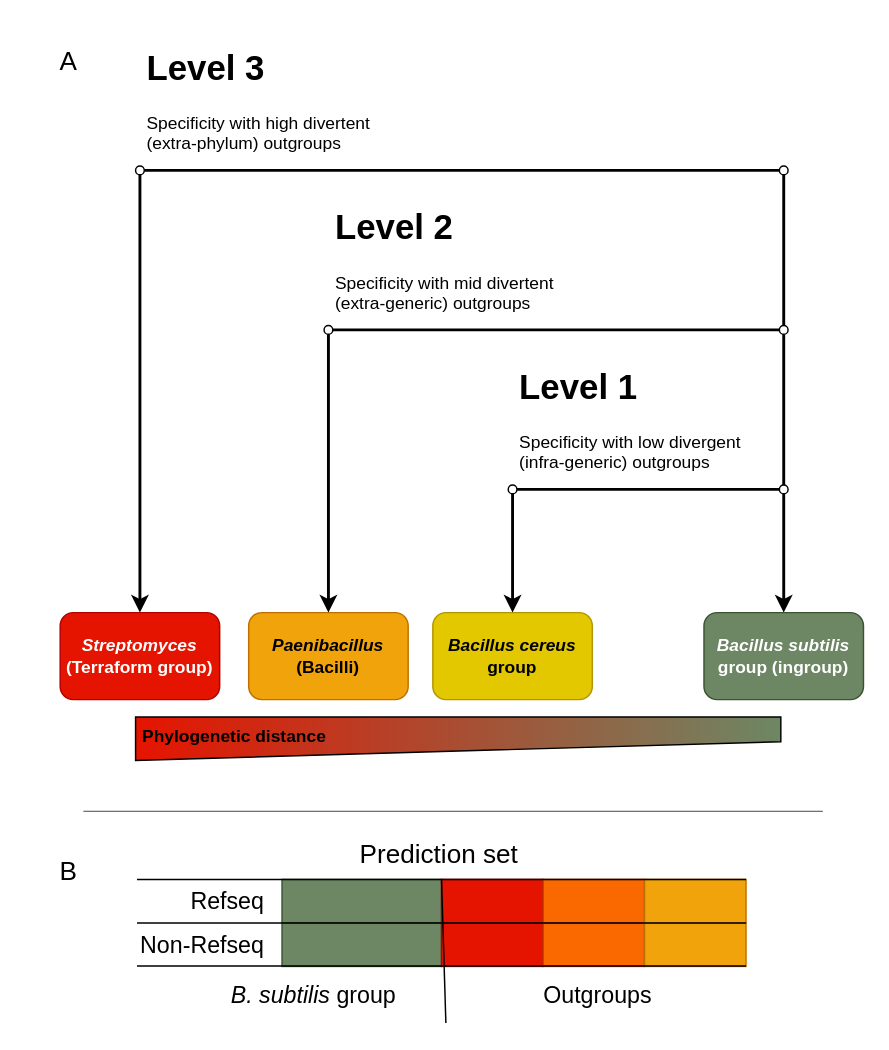
Earlier version of the draw.io diagram page "validation-assays" (2 of 2) of docs/drawio/classeq.drawio (LepistaBioinformatics/classeq). Source tidied: cells renumbered, new cells numbered last; positions are measured from the earlier drawing's top-left corner, leaving out a move shared by most shapes. Both pictures are drawn from the tidied source at 145%, with x=0, y=0 at pixel (25, 39).
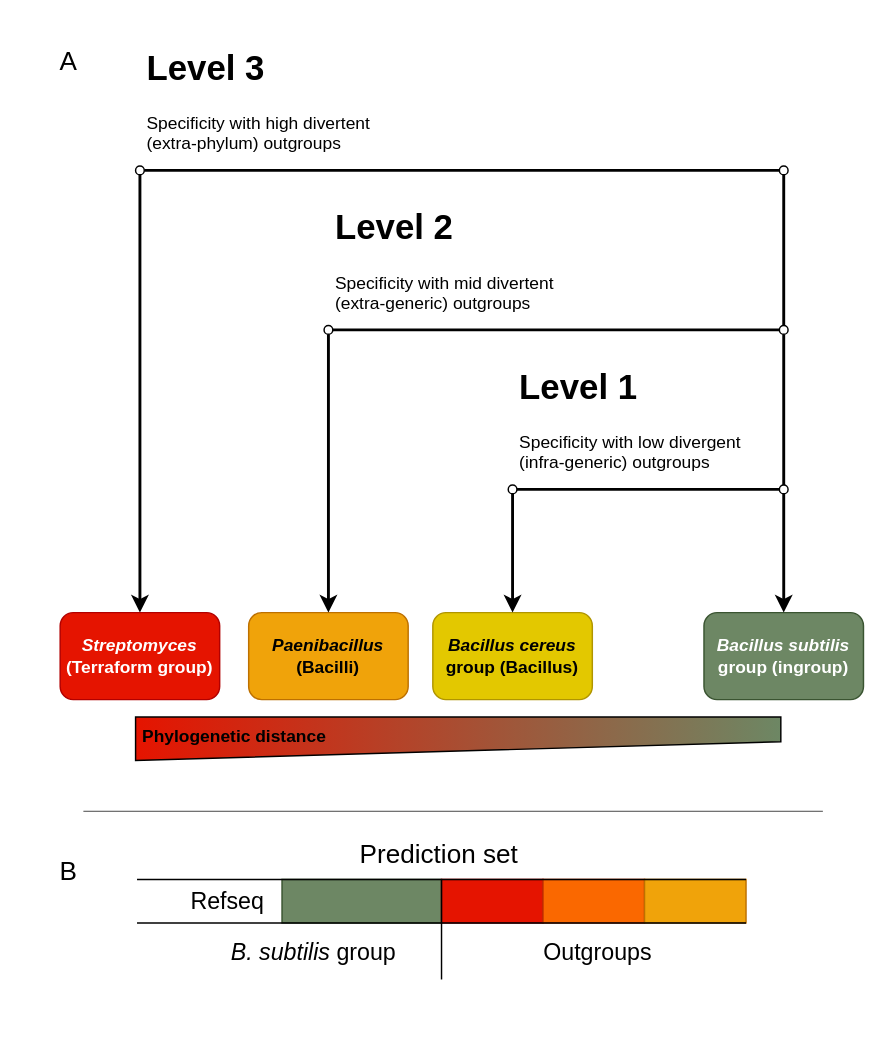
The same page after the edit.

Unchanged cells that the change refers to:
```xml
<mxCell id="27" style="rounded=0;whiteSpace=wrap;html=1;fillColor=#6d8764;fontColor=#ffffff;strokeColor=#3A5431;" parent="1" vertex="1">
  <mxGeometry x="177" y="579" width="110" height="30" as="geometry" />
</mxCell>
<mxCell id="33" value="&lt;font style=&quot;font-size: 16px;&quot;&gt;Refseq&lt;/font&gt;" style="text;html=1;strokeColor=none;fillColor=none;align=right;verticalAlign=middle;whiteSpace=wrap;rounded=0;" parent="1" vertex="1">
  <mxGeometry x="77" y="579" width="90" height="30" as="geometry" />
</mxCell>
```

Change to the diagram source:
```diff
@@
-    <mxCell id="3" value="&lt;b&gt;&lt;i&gt;Bacillus cereus&lt;/i&gt; group&lt;/b&gt;" style="rounded=1;whiteSpace=wrap;html=1;fillColor=#e3c800;fontColor=#000000;strokeColor=#B09500;" parent="1" vertex="1">
+    <mxCell id="3" value="&lt;b&gt;&lt;i&gt;Bacillus cereus&lt;/i&gt; group (Bacillus)&lt;/b&gt;" style="rounded=1;whiteSpace=wrap;html=1;fillColor=#e3c800;fontColor=#000000;strokeColor=#B09500;" parent="1" vertex="1">
       <mxGeometry x="281" y="395" width="110" height="60" as="geometry" />
     </mxCell>
@@
-    <mxCell id="28" style="rounded=0;whiteSpace=wrap;html=1;fillColor=#6d8764;fontColor=#ffffff;strokeColor=#3A5431;" parent="1" vertex="1">
-      <mxGeometry x="177" y="609" width="110" height="30" as="geometry" />
-    </mxCell>
@@
     <mxCell id="32" value="&lt;font style=&quot;font-size: 16px;&quot;&gt;&lt;i&gt;B. subtilis&lt;/i&gt; group&lt;/font&gt;" style="text;html=1;strokeColor=none;fillColor=none;align=center;verticalAlign=middle;whiteSpace=wrap;rounded=0;" parent="1" vertex="1">
-      <mxGeometry x="111" y="639" width="176" height="39" as="geometry" />
+      <mxGeometry x="111" y="609" width="176" height="39" as="geometry" />
     </mxCell>
@@
-    <mxCell id="34" value="&lt;font style=&quot;font-size: 16px;&quot;&gt;Non-Refseq&lt;/font&gt;" style="text;html=1;strokeColor=none;fillColor=none;align=right;verticalAlign=middle;whiteSpace=wrap;rounded=0;" parent="1" vertex="1">
-      <mxGeometry x="77" y="609" width="90" height="30" as="geometry" />
-    </mxCell>
@@
-    <mxCell id="36" style="rounded=0;whiteSpace=wrap;html=1;fillColor=#e51400;fontColor=#ffffff;strokeColor=#B20000;" parent="1" vertex="1">
-      <mxGeometry x="287" y="609" width="70" height="30" as="geometry" />
-    </mxCell>
-    <mxCell id="37" style="rounded=0;whiteSpace=wrap;html=1;fillColor=#fa6800;fontColor=#000000;strokeColor=#C73500;" parent="1" vertex="1">
-      <mxGeometry x="357" y="609" width="70" height="30" as="geometry" />
-    </mxCell>
@@
-    <mxCell id="39" style="rounded=0;whiteSpace=wrap;html=1;fillColor=#f0a30a;fontColor=#000000;strokeColor=#BD7000;" parent="1" vertex="1">
-      <mxGeometry x="427" y="609" width="70" height="30" as="geometry" />
-    </mxCell>
@@
     <mxCell id="41" value="&lt;font size=&quot;1&quot; style=&quot;&quot;&gt;&lt;span style=&quot;font-size: 16px;&quot;&gt;Outgroups&lt;/span&gt;&lt;/font&gt;" style="text;html=1;strokeColor=none;fillColor=none;align=center;verticalAlign=middle;whiteSpace=wrap;rounded=0;" parent="1" vertex="1">
-      <mxGeometry x="290" y="639" width="210" height="39" as="geometry" />
+      <mxGeometry x="290" y="609" width="210" height="39" as="geometry" />
     </mxCell>
-    <mxCell id="42" style="endArrow=none;html=1;rounded=0;entryX=1;entryY=0;entryDx=0;entryDy=0;exitX=0;exitY=1;exitDx=0;exitDy=0;" parent="1" edge="1" source="41" target="27">
+    <mxCell id="42" style="endArrow=none;html=1;rounded=0;entryX=1;entryY=0;entryDx=0;entryDy=0;exitX=1;exitY=1;exitDx=0;exitDy=0;" parent="1" edge="1" source="32" target="27">
       <mxGeometry relative="1" as="geometry" />
     </mxCell>
-    <mxCell id="43" style="endArrow=none;html=1;rounded=0;entryX=1;entryY=0;entryDx=0;entryDy=0;exitX=0;exitY=1;exitDx=0;exitDy=0;" parent="1" edge="1" source="33" target="39">
-      <mxGeometry relative="1" as="geometry" />
+    <mxCell id="43" style="endArrow=none;html=1;rounded=0;entryX=1;entryY=0;entryDx=0;entryDy=0;exitX=0;exitY=1;exitDx=0;exitDy=0;" parent="1" edge="1" source="33">
+      <mxGeometry relative="1" as="geometry">
+        <mxPoint x="497" y="609" as="targetPoint" />
+      </mxGeometry>
     </mxCell>
@@
-    <mxCell id="45" style="endArrow=none;html=1;rounded=0;entryX=1;entryY=0;entryDx=0;entryDy=0;exitX=0;exitY=1;exitDx=0;exitDy=0;" parent="1" edge="1">
-      <mxGeometry relative="1" as="geometry">
-        <mxPoint x="77" y="638.7" as="sourcePoint" />
-        <mxPoint x="497" y="638.7" as="targetPoint" />
-      </mxGeometry>
-    </mxCell>
```
